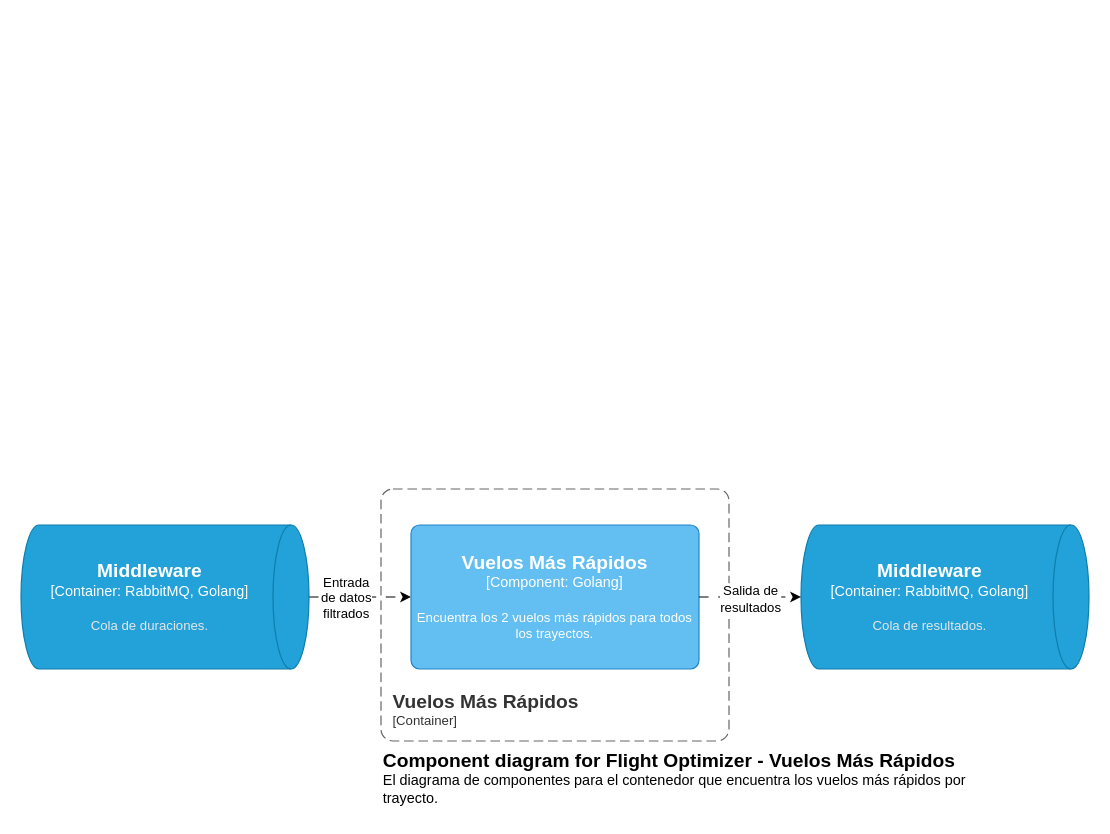
Earlier version of the draw.io diagram page "Capa3-Fastest" (5 of 8) of docs/diagramas/C4model.drawio (FranciscoPereira987/tp1-distribuidos-grupo5). Source tidied: cells renumbered, new cells numbered last; positions are measured from the earlier drawing's top-left corner, leaving out a move shared by most shapes. Both pictures are drawn from the tidied source at 120%, with x=0, y=0 at pixel (20, 488).
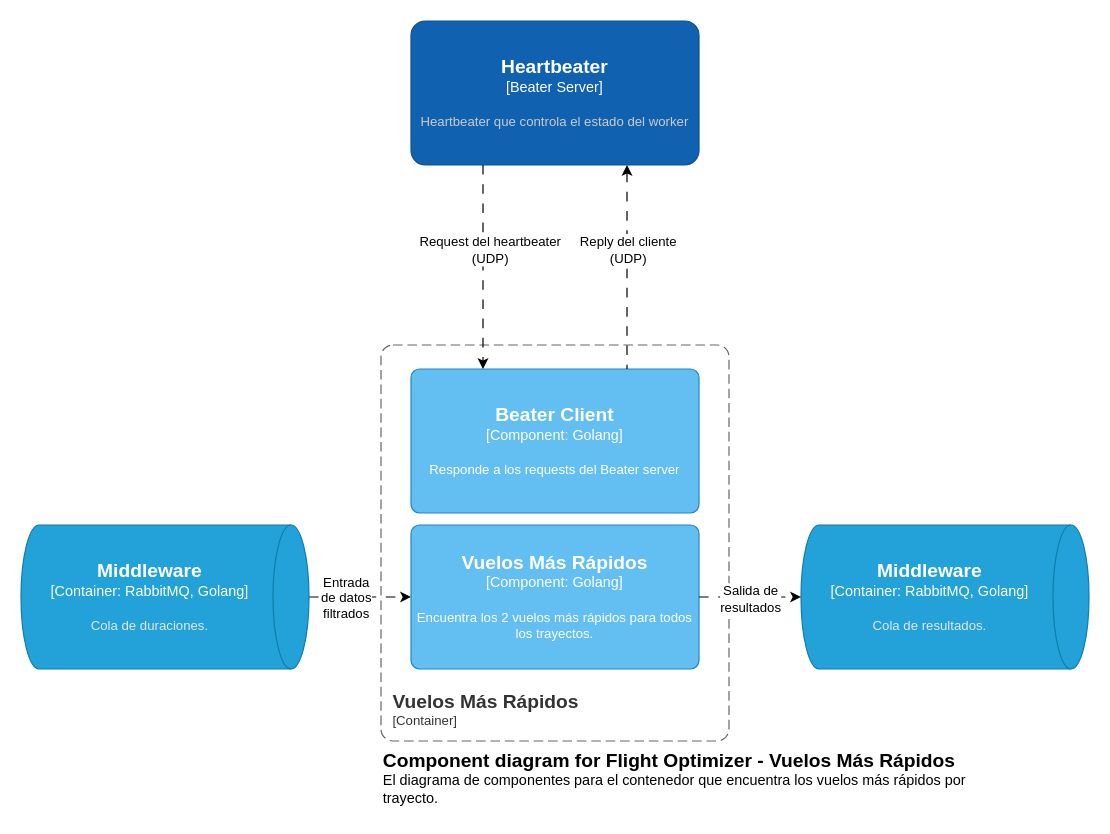
After the change.

Commit message (it also covers changes not shown here):
UPDATE: C4 diagrams, ADD: Heartbeater C4-Layer3 diagram and README_TF.md

The edit, as a diff of the source:
```diff
@@
     <object id="2" label="&lt;font style=&quot;font-size: 16px&quot;&gt;&lt;b&gt;&lt;div style=&quot;text-align: left&quot;&gt;%c4Name%&lt;/div&gt;&lt;/b&gt;&lt;/font&gt;&lt;div style=&quot;text-align: left&quot;&gt;[%c4Application%]&lt;/div&gt;" c4Application="Container" c4Name="Vuelos Más Rápidos" placeholders="1">
       <mxCell style="rounded=1;fontSize=11;whiteSpace=wrap;html=1;dashed=1;arcSize=20;fillColor=none;strokeColor=#666666;fontColor=#333333;labelBackgroundColor=none;align=left;verticalAlign=bottom;labelBorderColor=none;spacingTop=0;spacing=10;dashPattern=8 4;perimeter=rectanglePerimeter;noLabel=0;labelPadding=0;absoluteArcSize=1;" parent="1" vertex="1">
-        <mxGeometry x="300" width="290" height="210" as="geometry" />
+        <mxGeometry x="300" y="-120" width="290" height="330" as="geometry" />
       </mxCell>
     </object>
@@
+    <object id="11" label="&lt;font style=&quot;font-size: 16px&quot;&gt;&lt;b&gt;%c4Name%&lt;/b&gt;&lt;/font&gt;&lt;div&gt;[%c4Type%: %c4Technology%]&lt;/div&gt;&lt;br&gt;&lt;div&gt;&lt;font style=&quot;font-size: 11px&quot;&gt;%c4Description%&lt;/font&gt;&lt;/div&gt;" c4Description="Responde a los requests del Beater server" c4Name="Beater Client" c4Technology="Golang" c4Type="Component" placeholders="1">
+      <mxCell style="rounded=1;whiteSpace=wrap;html=1;labelBackgroundColor=none;fillColor=#63BEF2;fontColor=#ffffff;align=center;arcSize=6;strokeColor=#2086C9;points=[[0.25,0,0],[0.5,0,0],[0.75,0,0],[1,0.25,0],[1,0.5,0],[1,0.75,0],[0.75,1,0],[0.5,1,0],[0.25,1,0],[0,0.75,0],[0,0.5,0],[0,0.25,0]];" parent="1" vertex="1">
+        <mxGeometry x="325" y="-100" width="240" height="120" as="geometry" />
+      </mxCell>
+    </object>
+    <object id="12" label="&lt;font style=&quot;font-size: 16px&quot;&gt;&lt;b&gt;%c4Name%&lt;/b&gt;&lt;/font&gt;&lt;div&gt;[%c4Type%]&lt;/div&gt;&lt;br&gt;&lt;div&gt;&lt;font style=&quot;font-size: 11px&quot;&gt;&lt;font color=&quot;#cccccc&quot;&gt;%c4Description%&lt;/font&gt;&lt;/div&gt;" c4Description="Heartbeater que controla el estado del worker" c4Name="Heartbeater" c4Type="Beater Server" placeholders="1">
+      <mxCell style="rounded=1;whiteSpace=wrap;html=1;labelBackgroundColor=none;fillColor=#1061B0;fontColor=#ffffff;align=center;arcSize=10;strokeColor=#0D5091;points=[[0.25,0,0],[0.5,0,0],[0.75,0,0],[1,0.25,0],[1,0.5,0],[1,0.75,0],[0.75,1,0],[0.5,1,0],[0.25,1,0],[0,0.75,0],[0,0.5,0],[0,0.25,0]];" parent="1" vertex="1">
+        <mxGeometry x="325" y="-390" width="240" height="120" as="geometry" />
+      </mxCell>
+    </object>
+    <mxCell id="13" style="edgeStyle=orthogonalEdgeStyle;rounded=0;jettySize=auto;html=1;dashed=1;dashPattern=8 8;exitX=0.25;exitY=1;exitDx=0;exitDy=0;exitPerimeter=0;entryX=0.25;entryY=0;entryDx=0;entryDy=0;entryPerimeter=0;" parent="1" edge="1" source="12" target="11">
+      <mxGeometry relative="1" as="geometry" />
+    </mxCell>
+    <mxCell id="14" style="edgeStyle=orthogonalEdgeStyle;rounded=0;jettySize=auto;html=1;dashed=1;dashPattern=8 8;entryX=0.75;entryY=0;entryDx=0;entryDy=0;entryPerimeter=0;startArrow=classic;startFill=1;endArrow=none;endFill=0;exitX=0.75;exitY=1;exitDx=0;exitDy=0;exitPerimeter=0;" parent="1" edge="1" source="12" target="11">
+      <mxGeometry relative="1" as="geometry" />
+    </mxCell>
+    <mxCell id="15" value="&lt;div&gt;Reply del cliente&lt;/div&gt;&lt;div&gt;(UDP)&lt;br&gt;&lt;/div&gt;" style="edgeLabel;html=1;align=center;verticalAlign=middle;" parent="1" vertex="1">
+      <mxGeometry x="505" y="-200" as="geometry" />
+    </mxCell>
+    <mxCell id="16" value="&lt;div&gt;Request del heartbeater&lt;br&gt;&lt;/div&gt;&lt;div&gt;(UDP)&lt;br&gt;&lt;/div&gt;" style="edgeLabel;html=1;align=center;verticalAlign=middle;" parent="1" vertex="1">
+      <mxGeometry x="390" y="-200" as="geometry" />
+    </mxCell>
```
